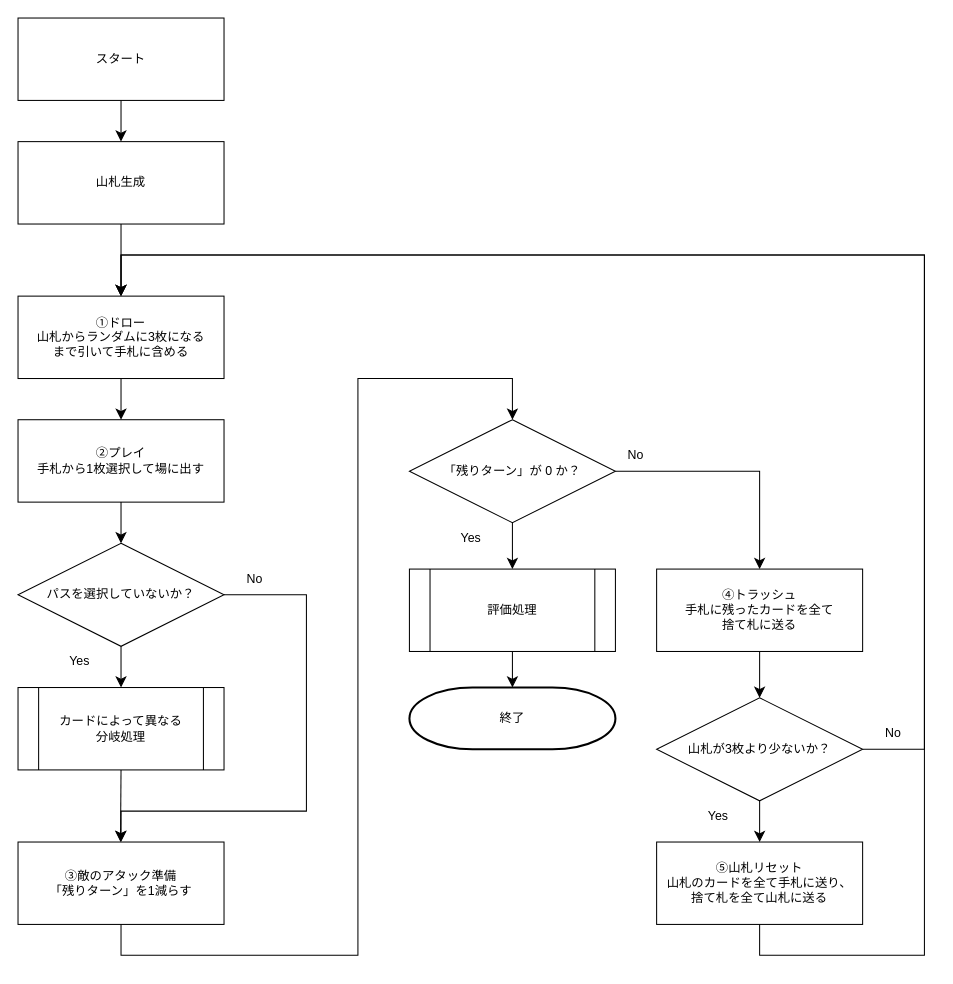
Earlier version of the draw.io diagram CardGameStructure/flow_chart.drawio (ehime-iyokan/DrawIO). Source tidied: cells renumbered, new cells numbered last; positions are measured from the earlier drawing's top-left corner, leaving out a move shared by most shapes. Both pictures are drawn from the tidied source at 103%, with x=0, y=0 at pixel (-44, 18).
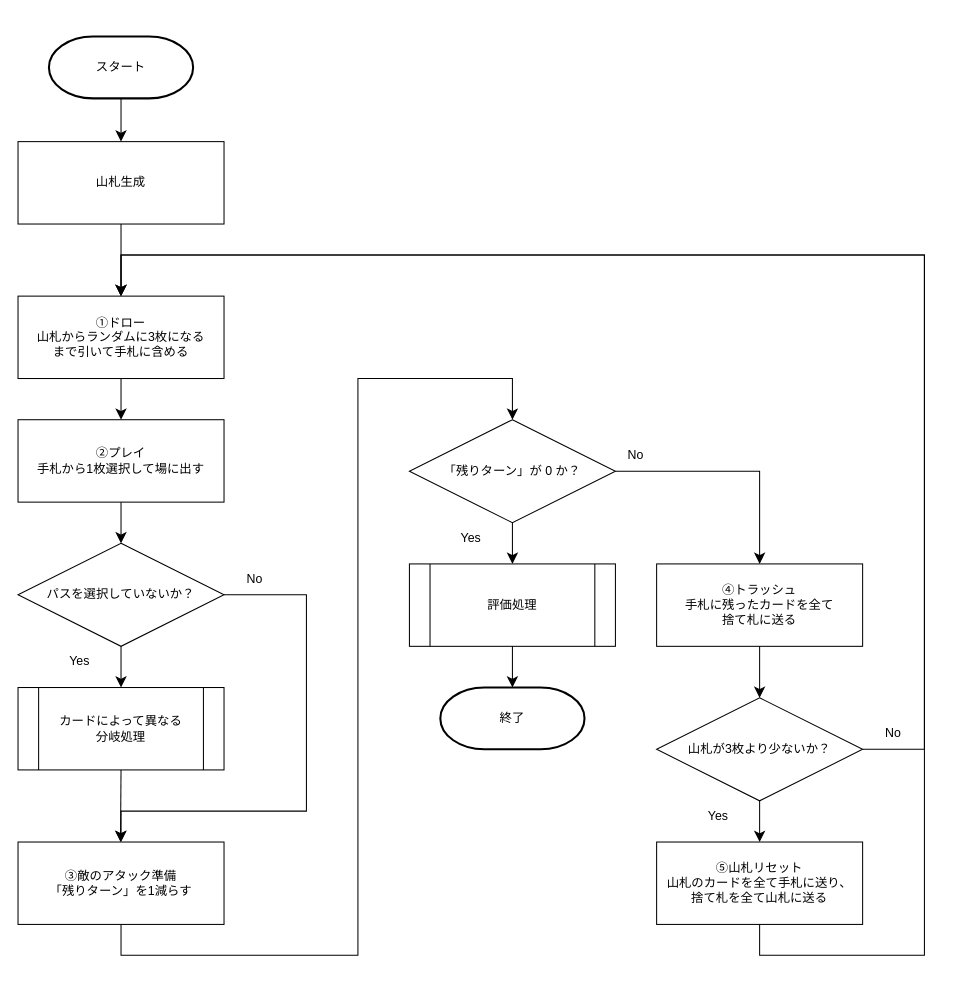
The same diagram, later.

Commit message (it also covers changes not shown here):
flow_chart.drawio を更新します

The edit, as a diff of the source:
```diff
@@
-    <mxCell id="7" value="&lt;div&gt;スタート&lt;/div&gt;" style="rounded=0;whiteSpace=wrap;html=1;" parent="1" vertex="1">
-      <mxGeometry x="60" width="200" height="80" as="geometry" />
-    </mxCell>
@@
-    <mxCell id="15" style="endArrow=classic;html=1;rounded=0;fontSize=12;startSize=8;endSize=8;curved=1;exitX=0.5;exitY=1;exitDx=0;exitDy=0;" parent="1" edge="1" source="7">
+    <mxCell id="15" style="endArrow=classic;html=1;rounded=0;fontSize=12;startSize=8;endSize=8;curved=1;exitX=0.5;exitY=1;exitDx=0;exitDy=0;exitPerimeter=0;" parent="1" edge="1" source="7">
       <mxGeometry relative="1" as="geometry">
         <mxPoint x="160" y="120" as="targetPoint" />
       </mxGeometry>
     </mxCell>
@@
     <mxCell id="24" value="評価処理" style="shape=process;whiteSpace=wrap;html=1;backgroundOutline=1;" parent="1" vertex="1">
-      <mxGeometry x="440" y="535" width="200" height="80" as="geometry" />
+      <mxGeometry x="440" y="530" width="200" height="80" as="geometry" />
     </mxCell>
     <mxCell id="25" value="&lt;div&gt;④トラッシュ&lt;/div&gt;&lt;div&gt;手札に残ったカードを全て&lt;/div&gt;&lt;div&gt;捨て札に送る&lt;/div&gt;" style="rounded=0;whiteSpace=wrap;html=1;" parent="1" vertex="1">
-      <mxGeometry x="680" y="535" width="200" height="80" as="geometry" />
+      <mxGeometry x="680" y="530" width="200" height="80" as="geometry" />
     </mxCell>
@@
     <mxCell id="39" value="終了" style="strokeWidth=2;html=1;shape=mxgraph.flowchart.terminator;whiteSpace=wrap;" parent="1" vertex="1">
-      <mxGeometry x="440" y="650" width="200" height="60" as="geometry" />
+      <mxGeometry x="470" y="650" width="140" height="60" as="geometry" />
     </mxCell>
@@
+    <mxCell id="7" value="スタート" style="strokeWidth=2;html=1;shape=mxgraph.flowchart.terminator;whiteSpace=wrap;" parent="1" vertex="1">
+      <mxGeometry x="90" y="18" width="140" height="60" as="geometry" />
+    </mxCell>
```
